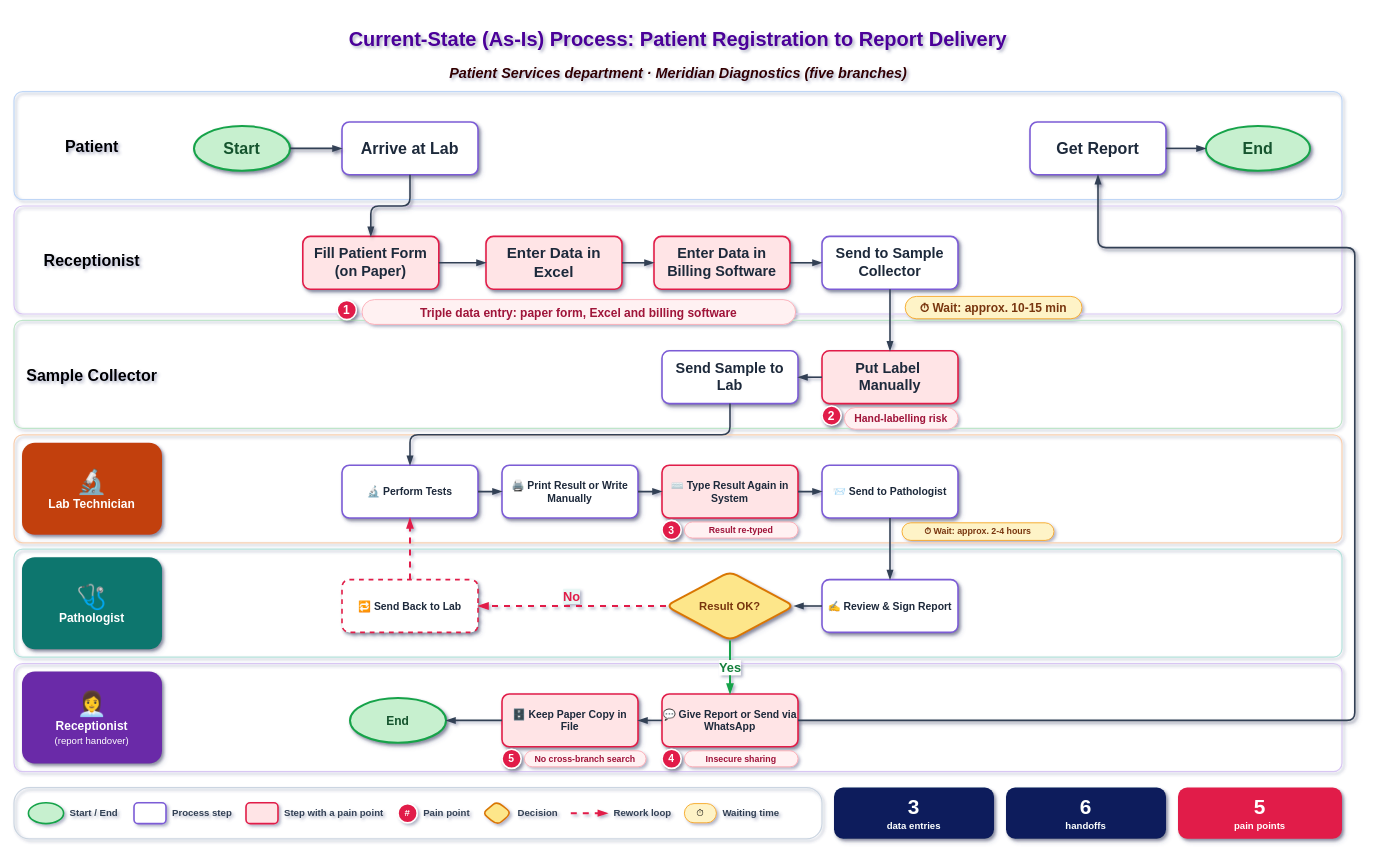
Earlier version of the draw.io diagram Meridian-Diagnostics-Current-state-As-Is-swimlane-process-map.drawio (Moparapairayat/Meridian-Diagnostics-Current-state-As-Is-swimlane-process-map). Source tidied: cells renumbered, new cells numbered last; positions are measured from the earlier drawing's top-left corner, leaving out a move shared by most shapes. Both pictures are drawn from the tidied source at 80%, with x=0, y=0 at pixel (14, 17).
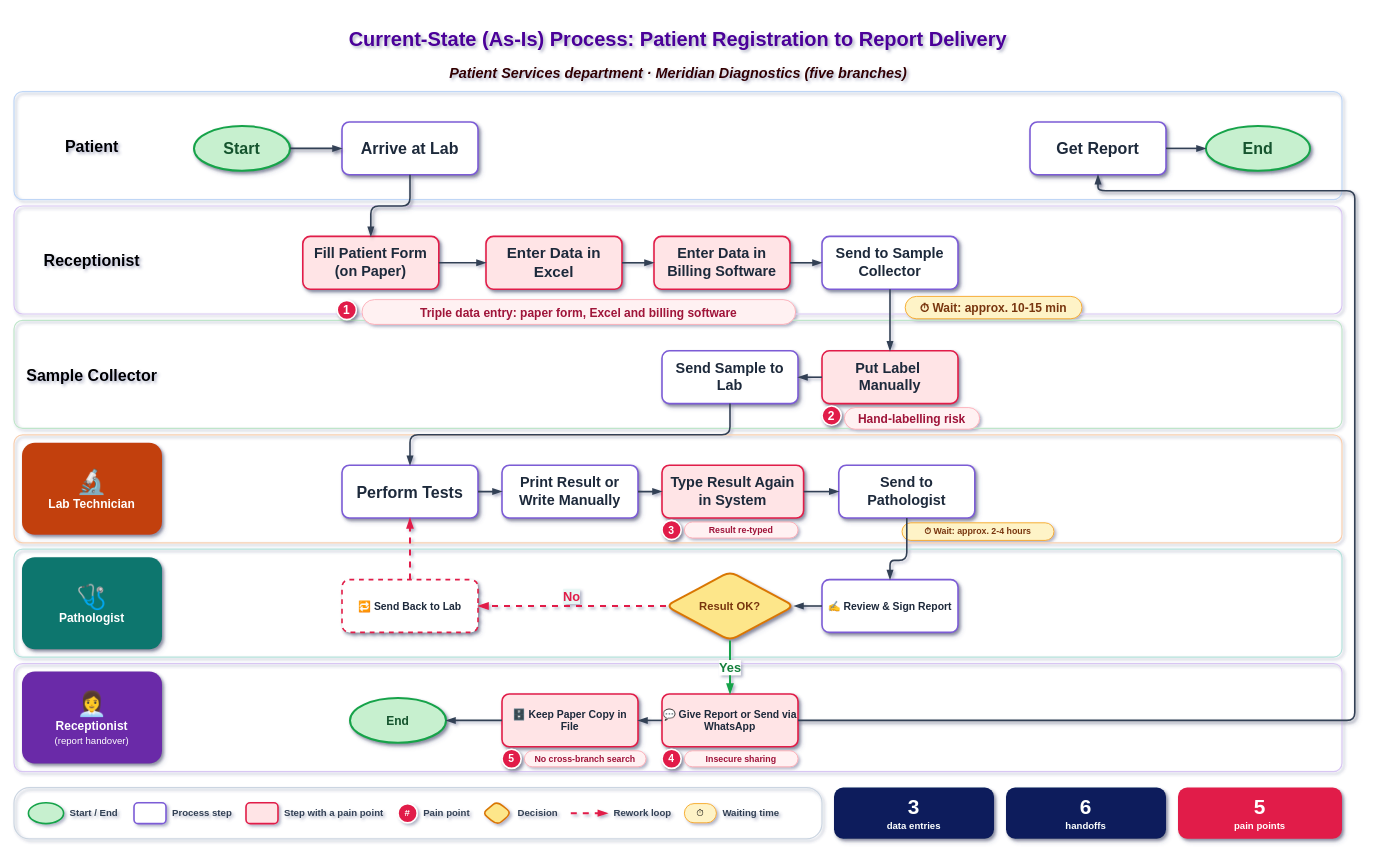
The same diagram, later.

The change refers to these unchanged cells:
```xml
<mxCell id="18" value="Get Report" style="rounded=1;arcSize=14;whiteSpace=wrap;html=1;fillColor=#FFFFFF;strokeColor=#7C5CD6;strokeWidth=2;fontStyle=1;fontSize=20;fontColor=#1E293B;shadow=1;roundedPerimeter=1;" parent="1" vertex="1">
  <mxGeometry x="1270" y="131" width="170" height="66" as="geometry" />
</mxCell>
<mxCell id="30" value="✍️ Review &amp; Sign Report" style="rounded=1;arcSize=14;whiteSpace=wrap;html=1;fillColor=#FFFFFF;strokeColor=#7C5CD6;strokeWidth=2;fontStyle=1;fontSize=13;fontColor=#1E293B;shadow=1;roundedPerimeter=1;" parent="1" vertex="1">
  <mxGeometry x="1010" y="703" width="170" height="66" as="geometry" />
</mxCell>
<mxCell id="33" value="💬 Give Report or Send via WhatsApp" style="rounded=1;arcSize=14;whiteSpace=wrap;html=1;fillColor=#FFE4E6;strokeColor=#E11D48;strokeWidth=2;fontStyle=1;fontSize=13;fontColor=#1E293B;shadow=1;roundedPerimeter=1;" parent="1" vertex="1">
  <mxGeometry x="810" y="846" width="170" height="66" as="geometry" />
</mxCell>
```

What changed in the source:
```diff
@@
-    <mxCell id="26" value="🔬 Perform Tests" style="rounded=1;arcSize=14;whiteSpace=wrap;html=1;fillColor=#FFFFFF;strokeColor=#7C5CD6;strokeWidth=2;fontStyle=1;fontSize=13;fontColor=#1E293B;shadow=1;roundedPerimeter=1;" parent="1" vertex="1">
+    <mxCell id="26" value="Perform Tests" style="rounded=1;arcSize=14;whiteSpace=wrap;html=1;fillColor=#FFFFFF;strokeColor=#7C5CD6;strokeWidth=2;fontStyle=1;fontSize=20;fontColor=#1E293B;shadow=1;roundedPerimeter=1;" parent="1" vertex="1">
       <mxGeometry x="410" y="560" width="170" height="66" as="geometry" />
     </mxCell>
-    <mxCell id="27" value="🖨️ Print Result or Write Manually" style="rounded=1;arcSize=14;whiteSpace=wrap;html=1;fillColor=#FFFFFF;strokeColor=#7C5CD6;strokeWidth=2;fontStyle=1;fontSize=13;fontColor=#1E293B;shadow=1;roundedPerimeter=1;" parent="1" vertex="1">
+    <mxCell id="27" value="Print Result or Write Manually" style="rounded=1;arcSize=14;whiteSpace=wrap;html=1;fillColor=#FFFFFF;strokeColor=#7C5CD6;strokeWidth=2;fontStyle=1;fontSize=18;fontColor=#1E293B;shadow=1;roundedPerimeter=1;" parent="1" vertex="1">
       <mxGeometry x="610" y="560" width="170" height="66" as="geometry" />
     </mxCell>
-    <mxCell id="28" value="⌨️ Type Result Again in System" style="rounded=1;arcSize=14;whiteSpace=wrap;html=1;fillColor=#FFE4E6;strokeColor=#E11D48;strokeWidth=2;fontStyle=1;fontSize=13;fontColor=#1E293B;shadow=1;roundedPerimeter=1;" parent="1" vertex="1">
-      <mxGeometry x="810" y="560" width="170" height="66" as="geometry" />
+    <mxCell id="28" value="Type Result Again in System" style="rounded=1;arcSize=14;whiteSpace=wrap;html=1;fillColor=#FFE4E6;strokeColor=#E11D48;strokeWidth=2;fontStyle=1;fontSize=18;fontColor=#1E293B;shadow=1;roundedPerimeter=1;" parent="1" vertex="1">
+      <mxGeometry x="810" y="560" width="177" height="66" as="geometry" />
     </mxCell>
-    <mxCell id="29" value="📨 Send to Pathologist" style="rounded=1;arcSize=14;whiteSpace=wrap;html=1;fillColor=#FFFFFF;strokeColor=#7C5CD6;strokeWidth=2;fontStyle=1;fontSize=13;fontColor=#1E293B;shadow=1;roundedPerimeter=1;" parent="1" vertex="1">
-      <mxGeometry x="1010" y="560" width="170" height="66" as="geometry" />
+    <mxCell id="29" value="Send to Pathologist" style="rounded=1;arcSize=14;whiteSpace=wrap;html=1;fillColor=#FFFFFF;strokeColor=#7C5CD6;strokeWidth=2;fontStyle=1;fontSize=18;fontColor=#1E293B;shadow=1;roundedPerimeter=1;" parent="1" vertex="1">
+      <mxGeometry x="1031" y="560" width="170" height="66" as="geometry" />
     </mxCell>
@@
-    <mxCell id="39" value="Hand-labelling risk" style="rounded=1;arcSize=50;whiteSpace=wrap;html=1;fillColor=#FFF1F2;strokeColor=#FDA4AF;fontColor=#9F1239;fontStyle=1;fontSize=13;roundedPerimeter=1;textShadow=0;" parent="1" vertex="1">
-      <mxGeometry x="1038" y="488" width="142" height="27" as="geometry" />
+    <mxCell id="39" value="Hand-labelling risk" style="rounded=1;arcSize=50;whiteSpace=wrap;html=1;fillColor=#FFF1F2;strokeColor=#FDA4AF;fontColor=#9F1239;fontStyle=1;fontSize=15;roundedPerimeter=1;textShadow=0;" parent="1" vertex="1">
+      <mxGeometry x="1038" y="488" width="169" height="27" as="geometry" />
     </mxCell>
@@
     <mxCell id="59" style="edgeStyle=orthogonalEdgeStyle;rounded=1;html=1;strokeWidth=2;strokeColor=#334155;endArrow=blockThin;endFill=1;endSize=7;exitX=0.5;exitY=1;entryX=0.5;entryY=0;labelBackgroundColor=default;defaultLabelBackgroundColor=page;libavoidRouting=1;jettySize=auto;" parent="1" edge="1" source="29" target="30">
-      <mxGeometry relative="1" as="geometry" />
+      <mxGeometry relative="1" as="geometry">
+        <Array as="points">
+          <mxPoint x="1116" y="679" />
+          <mxPoint x="1095" y="679" />
+        </Array>
+      </mxGeometry>
     </mxCell>
@@
     <mxCell id="66" style="edgeStyle=orthogonalEdgeStyle;rounded=1;html=1;strokeWidth=2;strokeColor=#334155;endArrow=blockThin;endFill=1;endSize=7;exitX=1;exitY=0.5;entryX=0.5;entryY=1;labelBackgroundColor=default;defaultLabelBackgroundColor=page;libavoidRouting=1;jettySize=auto;fontStyle=1;shadow=1;" parent="1" edge="1" source="33" target="18">
       <mxGeometry relative="1" as="geometry">
         <Array as="points">
           <mxPoint x="1676" y="879" />
-          <mxPoint x="1676" y="288" />
-          <mxPoint x="1355" y="288" />
+          <mxPoint x="1676" y="217" />
+          <mxPoint x="1355" y="217" />
         </Array>
       </mxGeometry>
     </mxCell>
```
